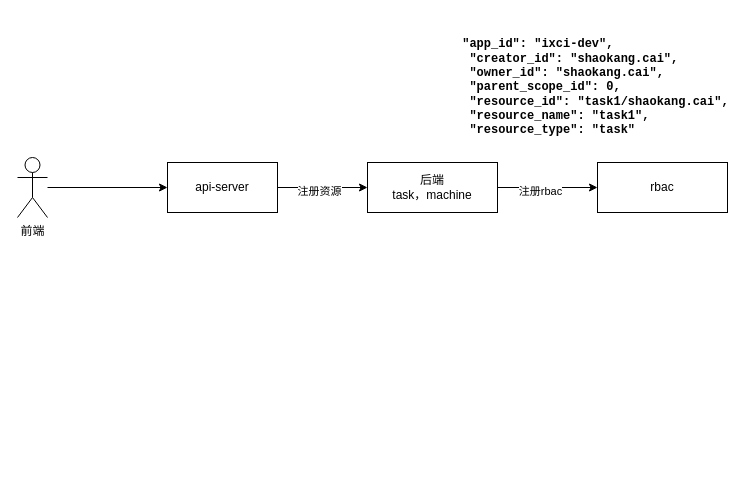
AltarIbnL/AltarIbnL keeps this draw.io diagram as 未命名绘图.drawio. Above is the earlier version. Source tidied: cells renumbered, new cells numbered last; positions are measured from the earlier drawing's top-left corner, leaving out a move shared by most shapes. Both pictures are drawn from the tidied source at 100%, with x=0, y=0 at pixel (17, 17).
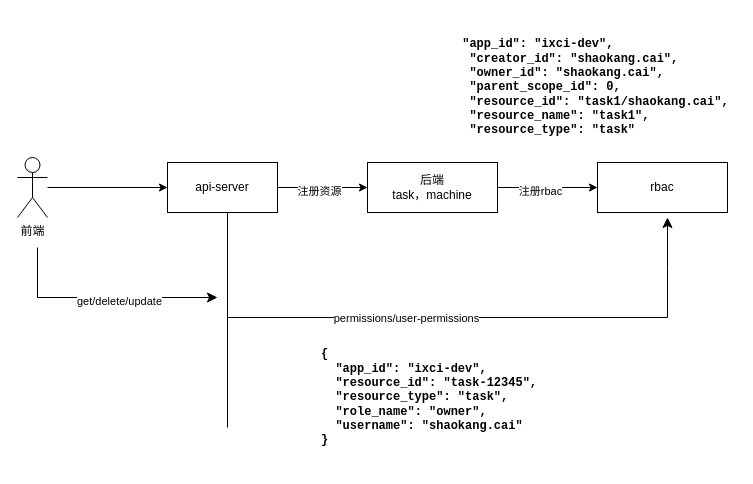
Above is the later version.

Commit message:
未命名绘图..drawio

What changed in the source:
```diff
@@
+    <mxCell id="12" style="endArrow=none;html=1;rounded=0;" parent="1" edge="1">
+      <mxGeometry relative="1" as="geometry">
+        <mxPoint x="210" y="410" as="sourcePoint" />
+        <mxPoint x="210" y="195" as="targetPoint" />
+      </mxGeometry>
+    </mxCell>
+    <mxCell id="13" style="edgeStyle=segmentEdgeStyle;endArrow=classic;html=1;curved=0;rounded=0;endSize=8;startSize=8;" parent="1" edge="1">
+      <mxGeometry relative="1" as="geometry">
+        <mxPoint x="20" y="230" as="sourcePoint" />
+        <mxPoint x="200" y="280" as="targetPoint" />
+        <Array as="points">
+          <mxPoint x="20" y="280" />
+          <mxPoint x="200" y="280" />
+        </Array>
+      </mxGeometry>
+    </mxCell>
+    <mxCell id="14" value="get/delete/update" style="edgeLabel;html=1;align=center;verticalAlign=middle;" parent="13" vertex="1">
+      <mxGeometry x="-0.02" y="-3" relative="1" as="geometry">
+        <mxPoint x="18" as="offset" />
+      </mxGeometry>
+    </mxCell>
+    <mxCell id="15" style="edgeStyle=segmentEdgeStyle;endArrow=classic;html=1;curved=0;rounded=0;endSize=8;startSize=8;" parent="1" edge="1">
+      <mxGeometry relative="1" as="geometry">
+        <mxPoint x="210" y="300" as="sourcePoint" />
+        <mxPoint x="650" y="200" as="targetPoint" />
+        <Array as="points">
+          <mxPoint x="650" y="300" />
+          <mxPoint x="650" y="250" />
+        </Array>
+      </mxGeometry>
+    </mxCell>
+    <mxCell id="16" value="permissions/user-permissions" style="edgeLabel;html=1;align=center;verticalAlign=middle;" parent="15" vertex="1">
+      <mxGeometry x="-0.34" relative="1" as="geometry" />
+    </mxCell>
+    <mxCell id="17" value="&lt;pre style=&quot;box-sizing: border-box; max-height: 400px; min-height: 6em; overflow: auto; overflow-wrap: break-word; background-image: initial; background-position: initial; background-size: initial; background-repeat: initial; background-attachment: initial; background-origin: initial; background-clip: initial; border-radius: 4px; font-weight: 600; hyphens: auto; margin: 0px; padding: 0.5em; text-wrap-mode: wrap; word-break: break-word;&quot; class=&quot;body-param__example microlight&quot;&gt;&lt;pre style=&quot;box-sizing: border-box; max-height: 400px; min-height: 6em; overflow: auto; overflow-wrap: break-word; background-image: initial; background-position: initial; background-size: initial; background-repeat: initial; background-attachment: initial; background-origin: initial; background-clip: initial; border-radius: 4px; hyphens: auto; margin: 0px; padding: 0.5em; text-wrap-mode: wrap; word-break: break-word;&quot; class=&quot;body-param__example microlight&quot;&gt;&lt;code style=&quot;box-sizing: border-box; font-family: Consolas, monaco, monospace; font-size: 1em; word-break: break-all; text-wrap-mode: nowrap;&quot; class=&quot;language-json&quot;&gt;&lt;span style=&quot;box-sizing: inherit;&quot;&gt;{&lt;br&gt;&lt;/span&gt;&lt;span style=&quot;box-sizing: inherit;&quot;&gt;  &lt;/span&gt;&lt;span style=&quot;box-sizing: inherit;&quot; class=&quot;hljs-attr&quot;&gt;&quot;app_id&quot;&lt;/span&gt;&lt;span style=&quot;box-sizing: inherit;&quot;&gt;: &lt;/span&gt;&lt;span style=&quot;box-sizing: inherit;&quot;&gt;&quot;ixci-dev&quot;&lt;/span&gt;&lt;span style=&quot;box-sizing: inherit;&quot;&gt;,&lt;br&gt;&lt;/span&gt;&lt;span style=&quot;box-sizing: inherit;&quot;&gt;  &lt;/span&gt;&lt;span style=&quot;box-sizing: inherit;&quot; class=&quot;hljs-attr&quot;&gt;&quot;resource_id&quot;&lt;/span&gt;&lt;span style=&quot;box-sizing: inherit;&quot;&gt;: &lt;/span&gt;&lt;span style=&quot;box-sizing: inherit;&quot;&gt;&quot;task-12345&quot;&lt;/span&gt;&lt;span style=&quot;box-sizing: inherit;&quot;&gt;,&lt;br&gt;&lt;/span&gt;&lt;span style=&quot;box-sizing: inherit;&quot;&gt;  &lt;/span&gt;&lt;span style=&quot;box-sizing: inherit;&quot; class=&quot;hljs-attr&quot;&gt;&quot;resource_type&quot;&lt;/span&gt;&lt;span style=&quot;box-sizing: inherit;&quot;&gt;: &lt;/span&gt;&lt;span style=&quot;box-sizing: inherit;&quot;&gt;&quot;task&quot;&lt;/span&gt;&lt;span style=&quot;box-sizing: inherit;&quot;&gt;,&lt;br&gt;&lt;/span&gt;&lt;span style=&quot;box-sizing: inherit;&quot;&gt;  &lt;/span&gt;&lt;span style=&quot;box-sizing: inherit;&quot; class=&quot;hljs-attr&quot;&gt;&quot;role_name&quot;&lt;/span&gt;&lt;span style=&quot;box-sizing: inherit;&quot;&gt;: &lt;/span&gt;&lt;span style=&quot;box-sizing: inherit;&quot;&gt;&quot;owner&quot;&lt;/span&gt;&lt;span style=&quot;box-sizing: inherit;&quot;&gt;,&lt;br&gt;&lt;/span&gt;&lt;span style=&quot;box-sizing: inherit;&quot;&gt;  &lt;/span&gt;&lt;span style=&quot;box-sizing: inherit;&quot; class=&quot;hljs-attr&quot;&gt;&quot;username&quot;&lt;/span&gt;&lt;span style=&quot;box-sizing: inherit;&quot;&gt;: &lt;/span&gt;&lt;span style=&quot;box-sizing: inherit;&quot;&gt;&quot;shaokang.cai&quot;&lt;/span&gt;&lt;span style=&quot;box-sizing: inherit;&quot;&gt;&lt;br&gt;&lt;/span&gt;}&lt;/code&gt;&lt;/pre&gt;&lt;/pre&gt;" style="text;html=1;align=left;verticalAlign=middle;whiteSpace=wrap;rounded=0;labelBackgroundColor=none;fontColor=default;" parent="1" vertex="1">
+      <mxGeometry x="290" y="310" width="230" height="140" as="geometry" />
+    </mxCell>
```
